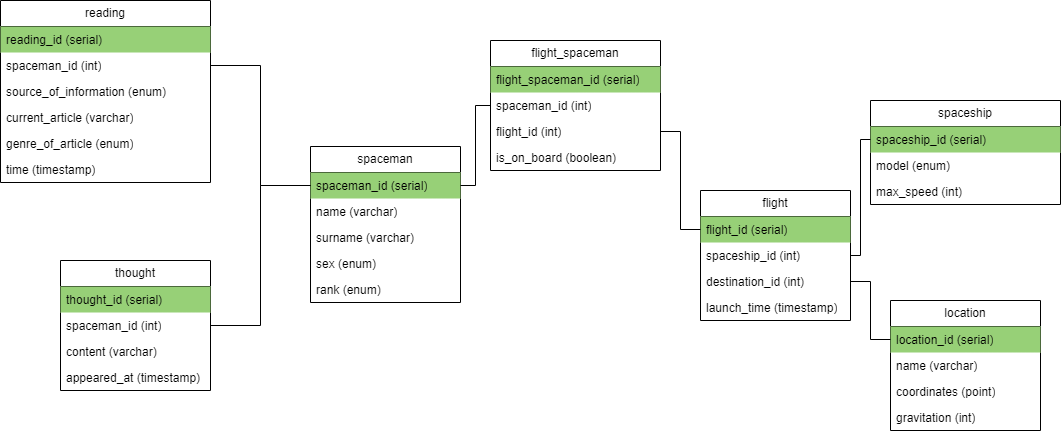
Above: diagram/datalogical.png in Arteeem3/sql_lab1 (draw.io), before the change. Source tidied: cells renumbered, new cells last; positions are measured from the earlier drawing's top-left corner, leaving out a move shared by most shapes.
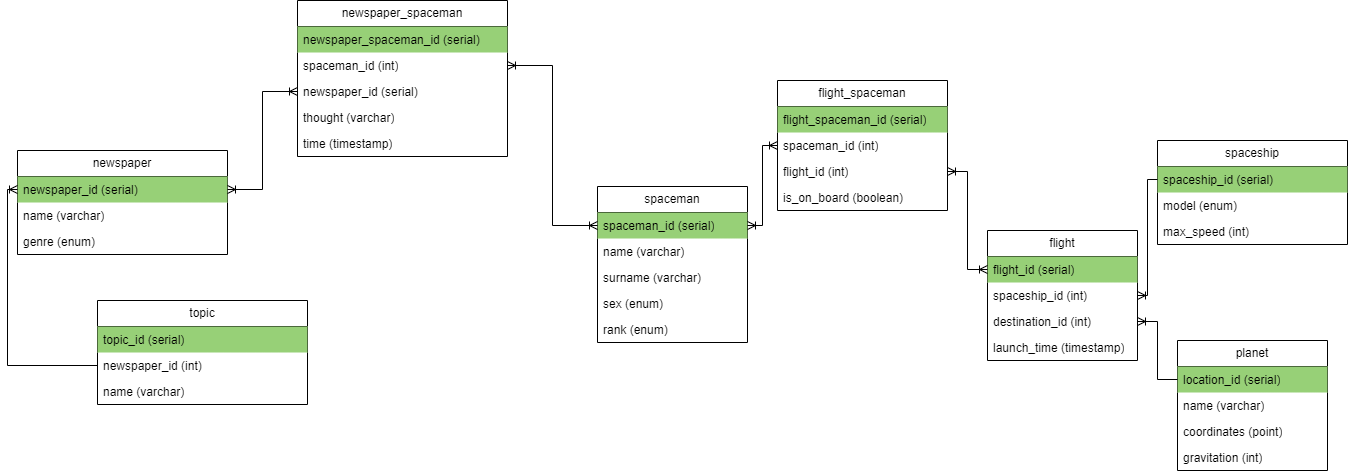
Above is the later version.

Commit message:
updated datalogical diagram

What changed in the source:
```diff
@@ -35,7 +35,7 @@
     <mxCell id="12" value="launch_time (timestamp)" style="text;strokeColor=none;fillColor=none;align=left;verticalAlign=top;spacingLeft=4;spacingRight=4;overflow=hidden;whiteSpace=wrap;html=1;" parent="8" vertex="1">
       <mxGeometry y="104" width="150" height="26" as="geometry" />
     </mxCell>
-    <mxCell id="13" value="location" style="swimlane;fontStyle=0;horizontal=1;startSize=26;fillColor=none;whiteSpace=wrap;html=1;" parent="1" vertex="1">
+    <mxCell id="13" value="planet" style="swimlane;fontStyle=0;horizontal=1;startSize=26;fillColor=none;whiteSpace=wrap;html=1;" parent="1" vertex="1">
       <mxGeometry x="890" y="300" width="150" height="130" as="geometry" />
     </mxCell>
     <mxCell id="14" value="location_id (serial)" style="text;strokeColor=none;fillColor=#97D077;align=left;verticalAlign=top;spacingLeft=4;spacingRight=4;overflow=hidden;points=[[0,0.5],[1,0.5]];portConstraint=eastwest;whiteSpace=wrap;html=1;" parent="13" vertex="1">
@@ -50,41 +50,23 @@
     <mxCell id="17" value="gravitation (int)" style="text;strokeColor=none;fillColor=none;align=left;verticalAlign=top;spacingLeft=4;spacingRight=4;overflow=hidden;whiteSpace=wrap;html=1;" parent="13" vertex="1">
       <mxGeometry y="104" width="150" height="26" as="geometry" />
     </mxCell>
-    <mxCell id="18" value="thought" style="swimlane;fontStyle=0;horizontal=1;startSize=26;fillColor=none;whiteSpace=wrap;html=1;" parent="1" vertex="1">
-      <mxGeometry x="60" y="260" width="150" height="130" as="geometry" />
-    </mxCell>
-    <mxCell id="19" value="thought_id (serial)" style="text;strokeColor=none;fillColor=#97D077;align=left;verticalAlign=top;spacingLeft=4;spacingRight=4;overflow=hidden;whiteSpace=wrap;html=1;" parent="18" vertex="1">
-      <mxGeometry y="26" width="150" height="26" as="geometry" />
-    </mxCell>
-    <mxCell id="20" value="spaceman_id (int)" style="text;strokeColor=none;fillColor=none;align=left;verticalAlign=top;spacingLeft=4;spacingRight=4;overflow=hidden;points=[[0,0.5],[1,0.5]];portConstraint=eastwest;whiteSpace=wrap;html=1;" parent="18" vertex="1">
-      <mxGeometry y="52" width="150" height="26" as="geometry" />
-    </mxCell>
-    <mxCell id="21" value="content (varchar)" style="text;strokeColor=none;fillColor=none;align=left;verticalAlign=top;spacingLeft=4;spacingRight=4;overflow=hidden;whiteSpace=wrap;html=1;" parent="18" vertex="1">
-      <mxGeometry y="78" width="150" height="26" as="geometry" />
-    </mxCell>
-    <mxCell id="22" value="appeared_at (timestamp)" style="text;strokeColor=none;fillColor=none;align=left;verticalAlign=top;spacingLeft=4;spacingRight=4;overflow=hidden;whiteSpace=wrap;html=1;" parent="18" vertex="1">
-      <mxGeometry y="104" width="150" height="26" as="geometry" />
-    </mxCell>
-    <mxCell id="23" value="reading" style="swimlane;fontStyle=0;horizontal=1;startSize=26;fillColor=none;whiteSpace=wrap;html=1;" parent="1" vertex="1">
-      <mxGeometry width="210" height="182" as="geometry" />
+    <mxCell id="23" value="newspaper_spaceman" style="swimlane;fontStyle=0;horizontal=1;startSize=26;fillColor=none;whiteSpace=wrap;html=1;" parent="1" vertex="1">
+      <mxGeometry x="10" y="-40" width="210" height="156" as="geometry" />
     </mxCell>
-    <mxCell id="24" value="reading_id (serial)" style="text;strokeColor=none;fillColor=#97D077;align=left;verticalAlign=top;spacingLeft=4;spacingRight=4;overflow=hidden;whiteSpace=wrap;html=1;" parent="23" vertex="1">
+    <mxCell id="24" value="newspaper_spaceman_id (serial)" style="text;strokeColor=none;fillColor=#97D077;align=left;verticalAlign=top;spacingLeft=4;spacingRight=4;overflow=hidden;whiteSpace=wrap;html=1;" parent="23" vertex="1">
       <mxGeometry y="26" width="210" height="26" as="geometry" />
     </mxCell>
     <mxCell id="25" value="spaceman_id (int)" style="text;strokeColor=none;fillColor=none;align=left;verticalAlign=top;spacingLeft=4;spacingRight=4;overflow=hidden;points=[[0,0.5],[1,0.5]];portConstraint=eastwest;whiteSpace=wrap;html=1;" parent="23" vertex="1">
       <mxGeometry y="52" width="210" height="26" as="geometry" />
     </mxCell>
-    <mxCell id="26" value="source_of_information (enum)" style="text;strokeColor=none;fillColor=none;align=left;verticalAlign=top;spacingLeft=4;spacingRight=4;overflow=hidden;points=[[0,0.5],[1,0.5]];portConstraint=eastwest;whiteSpace=wrap;html=1;" parent="23" vertex="1">
+    <mxCell id="26" value="newspaper_id (serial)" style="text;strokeColor=none;fillColor=none;align=left;verticalAlign=top;spacingLeft=4;spacingRight=4;overflow=hidden;points=[[0,0.5],[1,0.5]];portConstraint=eastwest;whiteSpace=wrap;html=1;" parent="23" vertex="1">
       <mxGeometry y="78" width="210" height="26" as="geometry" />
     </mxCell>
-    <mxCell id="27" value="current_article (varchar)" style="text;strokeColor=none;fillColor=none;align=left;verticalAlign=top;spacingLeft=4;spacingRight=4;overflow=hidden;whiteSpace=wrap;html=1;" parent="23" vertex="1">
-      <mxGeometry y="104" width="210" height="26" as="geometry" />
-    </mxCell>
-    <mxCell id="28" value="genre_of_article (enum)" style="text;strokeColor=none;fillColor=none;align=left;verticalAlign=top;spacingLeft=4;spacingRight=4;overflow=hidden;whiteSpace=wrap;html=1;" parent="23" vertex="1">
-      <mxGeometry y="130" width="210" height="26" as="geometry" />
-    </mxCell>
+    <mxCell id="45" value="thought (varchar)" style="text;strokeColor=none;fillColor=none;align=left;verticalAlign=top;spacingLeft=4;spacingRight=4;overflow=hidden;whiteSpace=wrap;html=1;" parent="23" vertex="1">
+      <mxGeometry y="104" width="210" height="26" as="geometry" />
+    </mxCell>
     <mxCell id="29" value="time (timestamp)" style="text;strokeColor=none;fillColor=none;align=left;verticalAlign=top;spacingLeft=4;spacingRight=4;overflow=hidden;whiteSpace=wrap;html=1;" parent="23" vertex="1">
-      <mxGeometry y="156" width="210" height="26" as="geometry" />
+      <mxGeometry y="130" width="210" height="26" as="geometry" />
     </mxCell>
     <mxCell id="30" value="spaceship" style="swimlane;fontStyle=0;horizontal=1;startSize=26;fillColor=none;whiteSpace=wrap;html=1;" parent="1" vertex="1">
       <mxGeometry x="870" y="100" width="190" height="104" as="geometry" />
@@ -113,23 +95,50 @@
     <mxCell id="38" value="is_on_board (boolean)" style="text;strokeColor=none;fillColor=none;align=left;verticalAlign=top;spacingLeft=4;spacingRight=4;overflow=hidden;whiteSpace=wrap;html=1;" parent="34" vertex="1">
       <mxGeometry y="104" width="170" height="26" as="geometry" />
     </mxCell>
-    <mxCell id="39" style="endArrow=none;html=1;rounded=0;entryX=1;entryY=0.25;entryDx=0;entryDy=0;exitX=0;exitY=0.5;exitDx=0;exitDy=0;edgeStyle=orthogonalEdgeStyle;" parent="1" edge="1" source="36" target="2">
-      <mxGeometry relative="1" as="geometry" />
-    </mxCell>
+    <mxCell id="46" value="newspaper" style="swimlane;fontStyle=0;horizontal=1;startSize=26;fillColor=none;whiteSpace=wrap;html=1;" parent="1" vertex="1">
+      <mxGeometry x="-270" y="110" width="210" height="104" as="geometry" />
+    </mxCell>
+    <mxCell id="47" value="newspaper_id (serial)" style="text;strokeColor=none;fillColor=#97D077;align=left;verticalAlign=top;spacingLeft=4;spacingRight=4;overflow=hidden;points=[[0,0.5],[1,0.5]];portConstraint=eastwest;whiteSpace=wrap;html=1;" parent="46" vertex="1">
+      <mxGeometry y="26" width="210" height="26" as="geometry" />
+    </mxCell>
+    <mxCell id="48" value="name (varchar)" style="text;strokeColor=none;fillColor=none;align=left;verticalAlign=top;spacingLeft=4;spacingRight=4;overflow=hidden;whiteSpace=wrap;html=1;" parent="46" vertex="1">
+      <mxGeometry y="52" width="210" height="26" as="geometry" />
+    </mxCell>
+    <mxCell id="49" value="genre (enum)" style="text;strokeColor=none;fillColor=none;align=left;verticalAlign=top;spacingLeft=4;spacingRight=4;overflow=hidden;whiteSpace=wrap;html=1;" parent="46" vertex="1">
+      <mxGeometry y="78" width="210" height="26" as="geometry" />
+    </mxCell>
+    <mxCell id="50" value="topic" style="swimlane;fontStyle=0;horizontal=1;startSize=26;fillColor=none;whiteSpace=wrap;html=1;" parent="1" vertex="1">
+      <mxGeometry x="-190" y="260" width="210" height="104" as="geometry" />
+    </mxCell>
+    <mxCell id="51" value="topic_id (serial)" style="text;strokeColor=none;fillColor=#97D077;align=left;verticalAlign=top;spacingLeft=4;spacingRight=4;overflow=hidden;whiteSpace=wrap;html=1;" parent="50" vertex="1">
+      <mxGeometry y="26" width="210" height="26" as="geometry" />
+    </mxCell>
+    <mxCell id="52" value="newspaper_id (int)" style="text;strokeColor=none;fillColor=none;align=left;verticalAlign=top;spacingLeft=4;spacingRight=4;overflow=hidden;points=[[0,0.5],[1,0.5]];portConstraint=eastwest;whiteSpace=wrap;html=1;" parent="50" vertex="1">
+      <mxGeometry y="52" width="210" height="26" as="geometry" />
+    </mxCell>
+    <mxCell id="53" value="name (varchar)" style="text;strokeColor=none;fillColor=none;align=left;verticalAlign=top;spacingLeft=4;spacingRight=4;overflow=hidden;whiteSpace=wrap;html=1;" parent="50" vertex="1">
+      <mxGeometry y="78" width="210" height="26" as="geometry" />
+    </mxCell>
+    <mxCell id="54" style="fontSize=12;html=1;endArrow=ERoneToMany;rounded=0;entryX=1;entryY=0.5;entryDx=0;entryDy=0;exitX=0;exitY=0.5;exitDx=0;exitDy=0;edgeStyle=orthogonalEdgeStyle;" parent="1" edge="1" source="14" target="11">
+      <mxGeometry relative="1" as="geometry" />
+    </mxCell>
+    <mxCell id="55" style="fontSize=12;html=1;endArrow=ERoneToMany;rounded=0;entryX=1;entryY=0.5;entryDx=0;entryDy=0;exitX=0;exitY=0.5;exitDx=0;exitDy=0;edgeStyle=orthogonalEdgeStyle;" parent="1" edge="1" source="31" target="10">
+      <mxGeometry relative="1" as="geometry" />
+    </mxCell>
-    <mxCell id="40" style="endArrow=none;html=1;rounded=0;entryX=0;entryY=0.5;entryDx=0;entryDy=0;exitX=1;exitY=0.5;exitDx=0;exitDy=0;edgeStyle=orthogonalEdgeStyle;" parent="1" edge="1" source="37" target="9">
+    <mxCell id="40" style="edgeStyle=orthogonalEdgeStyle;fontSize=12;html=1;endArrow=ERoneToMany;startArrow=ERoneToMany;rounded=0;entryX=0;entryY=0.5;entryDx=0;entryDy=0;exitX=1;exitY=0.5;exitDx=0;exitDy=0;" parent="1" edge="1" source="37" target="9">
       <mxGeometry relative="1" as="geometry" />
     </mxCell>
-    <mxCell id="41" style="endArrow=none;html=1;rounded=0;exitX=1;exitY=0.5;exitDx=0;exitDy=0;entryX=0;entryY=0.5;entryDx=0;entryDy=0;edgeStyle=orthogonalEdgeStyle;" parent="1" edge="1" source="11" target="14">
-      <mxGeometry relative="1" as="geometry" />
-    </mxCell>
-    <mxCell id="42" style="endArrow=none;html=1;rounded=0;exitX=1;exitY=0.5;exitDx=0;exitDy=0;entryX=0;entryY=0.5;entryDx=0;entryDy=0;edgeStyle=orthogonalEdgeStyle;" parent="1" edge="1" source="10" target="31">
-      <mxGeometry relative="1" as="geometry" />
-    </mxCell>
-    <mxCell id="43" style="endArrow=none;html=1;rounded=0;entryX=1;entryY=0.5;entryDx=0;entryDy=0;edgeStyle=orthogonalEdgeStyle;exitX=0;exitY=0.5;exitDx=0;exitDy=0;" parent="1" edge="1" source="3" target="20">
-      <mxGeometry relative="1" as="geometry" />
-    </mxCell>
-    <mxCell id="44" style="endArrow=none;html=1;rounded=0;entryX=1;entryY=0.5;entryDx=0;entryDy=0;edgeStyle=orthogonalEdgeStyle;exitX=0;exitY=0.5;exitDx=0;exitDy=0;" parent="1" edge="1" source="3" target="25">
-      <mxGeometry relative="1" as="geometry" />
-    </mxCell>
+    <mxCell id="56" style="edgeStyle=orthogonalEdgeStyle;fontSize=12;html=1;endArrow=ERoneToMany;startArrow=ERoneToMany;rounded=0;entryX=0;entryY=0.5;entryDx=0;entryDy=0;exitX=1;exitY=0.25;exitDx=0;exitDy=0;" parent="1" edge="1" source="2" target="36">
+      <mxGeometry relative="1" as="geometry" />
+    </mxCell>
+    <mxCell id="57" style="edgeStyle=orthogonalEdgeStyle;fontSize=12;html=1;endArrow=ERoneToMany;startArrow=ERoneToMany;rounded=0;entryX=0;entryY=0.5;entryDx=0;entryDy=0;exitX=1;exitY=0.5;exitDx=0;exitDy=0;" parent="1" edge="1" source="25" target="3">
+      <mxGeometry relative="1" as="geometry" />
+    </mxCell>
+    <mxCell id="58" style="edgeStyle=orthogonalEdgeStyle;fontSize=12;html=1;endArrow=ERoneToMany;startArrow=ERoneToMany;rounded=0;entryX=0;entryY=0.5;entryDx=0;entryDy=0;exitX=1;exitY=0.5;exitDx=0;exitDy=0;" parent="1" edge="1" source="47" target="26">
+      <mxGeometry relative="1" as="geometry" />
+    </mxCell>
+    <mxCell id="59" style="fontSize=12;html=1;endArrow=ERoneToMany;rounded=0;entryX=0;entryY=0.5;entryDx=0;entryDy=0;exitX=0;exitY=0.5;exitDx=0;exitDy=0;edgeStyle=orthogonalEdgeStyle;" parent="1" edge="1" source="52" target="47">
+      <mxGeometry relative="1" as="geometry" />
+    </mxCell>
   </root>
 </mxGraphModel>
```
